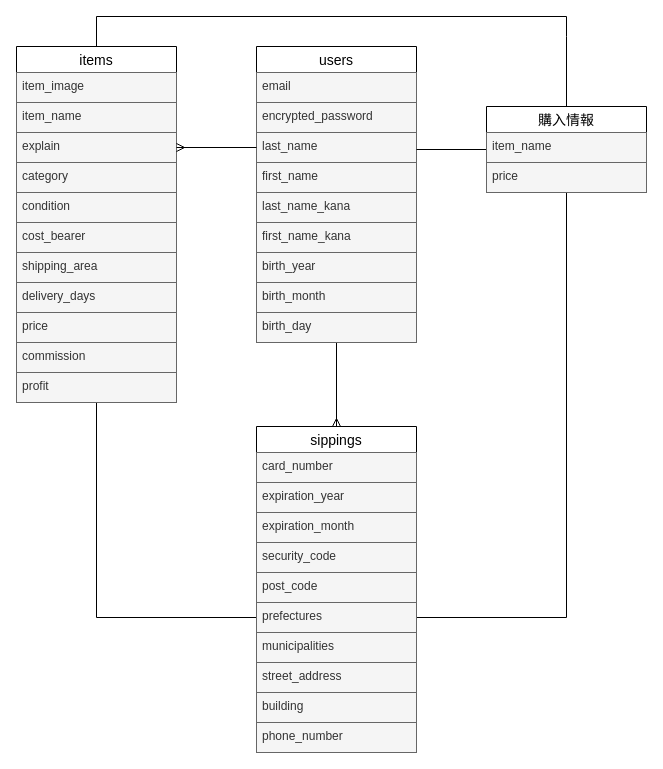
The draw.io diagram data.dio in umedamao925/furima40032, before the edit. Source tidied: cells renumbered, new cells numbered last; positions are measured from the earlier drawing's top-left corner, leaving out a move shared by most shapes. Both pictures are drawn from the tidied source at 100%, with x=0, y=0 at pixel (16, 16).
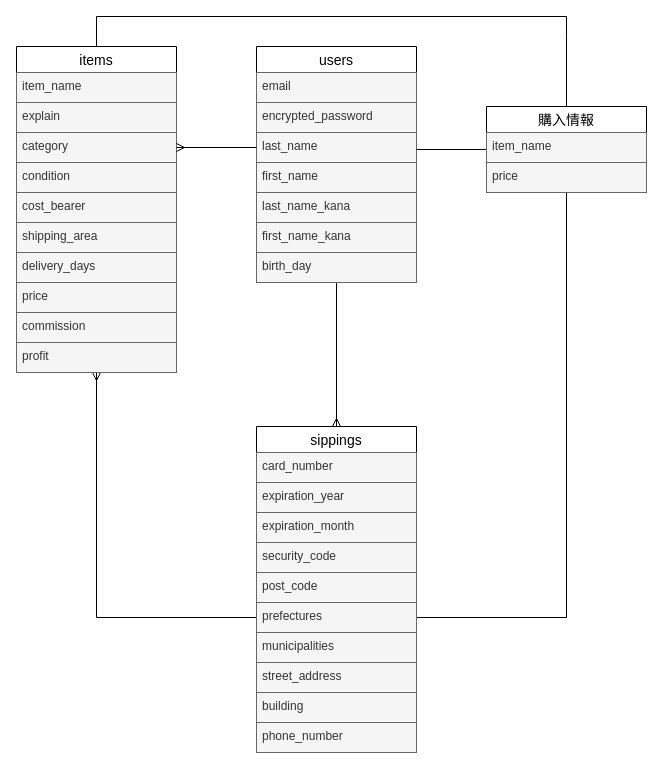
The same diagram, later.

The change refers to these unchanged cells:
```xml
<mxCell id="6" value="last_name" style="text;strokeColor=#666666;fillColor=#f5f5f5;spacingLeft=4;spacingRight=4;overflow=hidden;points=[[0,0.5],[1,0.5]];portConstraint=eastwest;fontSize=12;fontColor=#333333;" parent="3" vertex="1">
  <mxGeometry y="86" width="160" height="30" as="geometry" />
</mxCell>
<mxCell id="40" value="prefectures" style="text;strokeColor=#666666;fillColor=#f5f5f5;spacingLeft=4;spacingRight=4;overflow=hidden;points=[[0,0.5],[1,0.5]];portConstraint=eastwest;fontSize=12;fontColor=#333333;" parent="34" vertex="1">
  <mxGeometry y="176" width="160" height="30" as="geometry" />
</mxCell>
```

Change to the diagram source:
```diff
@@
     <mxCell id="3" value="users" style="swimlane;fontStyle=0;horizontal=1;startSize=26;align=center;fontSize=14;" parent="1" vertex="1">
-      <mxGeometry x="240" y="30" width="160" height="296" as="geometry" />
+      <mxGeometry x="240" y="30" width="160" height="236" as="geometry" />
     </mxCell>
@@
-    <mxCell id="10" value="birth_year" style="text;strokeColor=#666666;fillColor=#f5f5f5;spacingLeft=4;spacingRight=4;overflow=hidden;fontSize=12;fontColor=#333333;" parent="3" vertex="1">
-      <mxGeometry y="206" width="160" height="30" as="geometry" />
-    </mxCell>
-    <mxCell id="11" value="birth_month" style="text;strokeColor=#666666;fillColor=#f5f5f5;spacingLeft=4;spacingRight=4;overflow=hidden;fontSize=12;fontColor=#333333;" parent="3" vertex="1">
-      <mxGeometry y="236" width="160" height="30" as="geometry" />
-    </mxCell>
     <mxCell id="12" value="birth_day" style="text;strokeColor=#666666;fillColor=#f5f5f5;spacingLeft=4;spacingRight=4;overflow=hidden;fontSize=12;fontColor=#333333;" parent="3" vertex="1">
-      <mxGeometry y="266" width="160" height="30" as="geometry" />
+      <mxGeometry y="206" width="160" height="30" as="geometry" />
     </mxCell>
-    <mxCell id="13" style="edgeStyle=orthogonalEdgeStyle;rounded=0;html=1;exitX=0.5;exitY=1;exitDx=0;exitDy=0;fontColor=#030303;endArrow=none;endFill=0;" parent="1" edge="1" source="15" target="40">
+    <mxCell id="13" style="edgeStyle=orthogonalEdgeStyle;rounded=0;html=1;exitX=0.5;exitY=1;exitDx=0;exitDy=0;fontColor=#030303;endArrow=none;endFill=0;startArrow=ERmany;startFill=0;" parent="1" edge="1" source="15" target="40">
       <mxGeometry relative="1" as="geometry" />
     </mxCell>
@@
     <mxCell id="15" value="items" style="swimlane;fontStyle=0;horizontal=1;startSize=26;align=center;fontSize=14;" parent="1" vertex="1">
-      <mxGeometry y="30" width="160" height="356" as="geometry" />
+      <mxGeometry y="30" width="160" height="326" as="geometry" />
     </mxCell>
-    <mxCell id="16" value="item_image" style="text;strokeColor=#666666;fillColor=#f5f5f5;spacingLeft=4;spacingRight=4;overflow=hidden;fontSize=12;fontColor=#333333;" parent="15" vertex="1">
-      <mxGeometry y="26" width="160" height="30" as="geometry" />
-    </mxCell>
     <mxCell id="17" value="item_name" style="text;strokeColor=#666666;fillColor=#f5f5f5;spacingLeft=4;spacingRight=4;overflow=hidden;fontSize=12;fontColor=#333333;" parent="15" vertex="1">
-      <mxGeometry y="56" width="160" height="30" as="geometry" />
+      <mxGeometry y="26" width="160" height="30" as="geometry" />
     </mxCell>
     <mxCell id="18" value="explain" style="text;strokeColor=#666666;fillColor=#f5f5f5;spacingLeft=4;spacingRight=4;overflow=hidden;points=[[0,0.5],[1,0.5]];portConstraint=eastwest;fontSize=12;fontColor=#333333;" parent="15" vertex="1">
-      <mxGeometry y="86" width="160" height="30" as="geometry" />
+      <mxGeometry y="56" width="160" height="30" as="geometry" />
     </mxCell>
     <mxCell id="19" value="category" style="text;strokeColor=#666666;fillColor=#f5f5f5;spacingLeft=4;spacingRight=4;overflow=hidden;points=[[0,0.5],[1,0.5]];portConstraint=eastwest;fontSize=12;fontColor=#333333;" parent="15" vertex="1">
-      <mxGeometry y="116" width="160" height="30" as="geometry" />
+      <mxGeometry y="86" width="160" height="30" as="geometry" />
     </mxCell>
     <mxCell id="20" value="condition" style="text;strokeColor=#666666;fillColor=#f5f5f5;spacingLeft=4;spacingRight=4;overflow=hidden;fontSize=12;fontColor=#333333;" parent="15" vertex="1">
-      <mxGeometry y="146" width="160" height="30" as="geometry" />
+      <mxGeometry y="116" width="160" height="30" as="geometry" />
     </mxCell>
     <mxCell id="21" value="cost_bearer" style="text;strokeColor=#666666;fillColor=#f5f5f5;spacingLeft=4;spacingRight=4;overflow=hidden;fontSize=12;fontColor=#333333;" parent="15" vertex="1">
-      <mxGeometry y="176" width="160" height="30" as="geometry" />
+      <mxGeometry y="146" width="160" height="30" as="geometry" />
     </mxCell>
     <mxCell id="22" value="shipping_area" style="text;strokeColor=#666666;fillColor=#f5f5f5;spacingLeft=4;spacingRight=4;overflow=hidden;fontSize=12;fontColor=#333333;" parent="15" vertex="1">
-      <mxGeometry y="206" width="160" height="30" as="geometry" />
+      <mxGeometry y="176" width="160" height="30" as="geometry" />
     </mxCell>
     <mxCell id="23" value="delivery_days" style="text;strokeColor=#666666;fillColor=#f5f5f5;spacingLeft=4;spacingRight=4;overflow=hidden;fontSize=12;fontColor=#333333;" parent="15" vertex="1">
-      <mxGeometry y="236" width="160" height="30" as="geometry" />
+      <mxGeometry y="206" width="160" height="30" as="geometry" />
     </mxCell>
     <mxCell id="24" value="price" style="text;strokeColor=#666666;fillColor=#f5f5f5;spacingLeft=4;spacingRight=4;overflow=hidden;fontSize=12;fontColor=#333333;" parent="15" vertex="1">
-      <mxGeometry y="266" width="160" height="30" as="geometry" />
+      <mxGeometry y="236" width="160" height="30" as="geometry" />
     </mxCell>
     <mxCell id="25" value="commission" style="text;strokeColor=#666666;fillColor=#f5f5f5;spacingLeft=4;spacingRight=4;overflow=hidden;fontSize=12;fontColor=#333333;" parent="15" vertex="1">
-      <mxGeometry y="296" width="160" height="30" as="geometry" />
+      <mxGeometry y="266" width="160" height="30" as="geometry" />
     </mxCell>
     <mxCell id="26" value="profit  " style="text;strokeColor=#666666;fillColor=#f5f5f5;spacingLeft=4;spacingRight=4;overflow=hidden;fontSize=12;fontColor=#333333;" parent="15" vertex="1">
-      <mxGeometry y="326" width="160" height="30" as="geometry" />
+      <mxGeometry y="296" width="160" height="30" as="geometry" />
     </mxCell>
@@
-    <mxCell id="33" style="edgeStyle=none;html=1;exitX=0;exitY=0.5;exitDx=0;exitDy=0;entryX=1;entryY=0.5;entryDx=0;entryDy=0;startArrow=none;startFill=0;endArrow=ERmany;endFill=0;" parent="1" edge="1" source="6" target="18">
+    <mxCell id="33" style="edgeStyle=none;html=1;exitX=0;exitY=0.5;exitDx=0;exitDy=0;entryX=1;entryY=0.5;entryDx=0;entryDy=0;startArrow=none;startFill=0;endArrow=ERmany;endFill=0;" parent="1" edge="1" source="6" target="19">
       <mxGeometry relative="1" as="geometry" />
     </mxCell>
```
